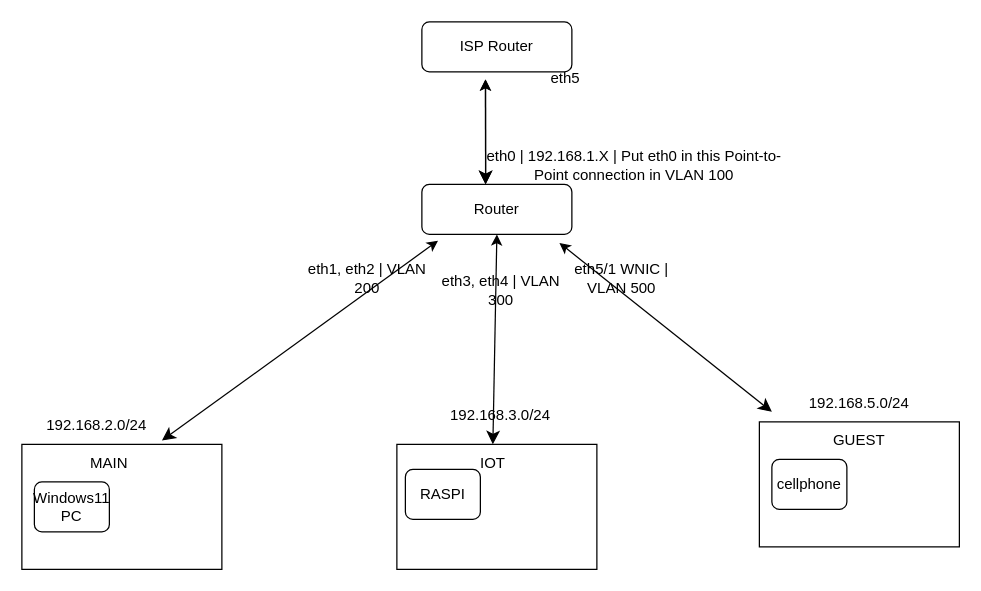
akademsubotnik/network-config keeps this draw.io diagram as network-config.drawio. Above is the earlier version. Source tidied: cells renumbered, new cells numbered last; positions are measured from the earlier drawing's top-left corner, leaving out a move shared by most shapes. Both pictures are drawn from the tidied source at 125%, with x=0, y=0 at pixel (21, 21).
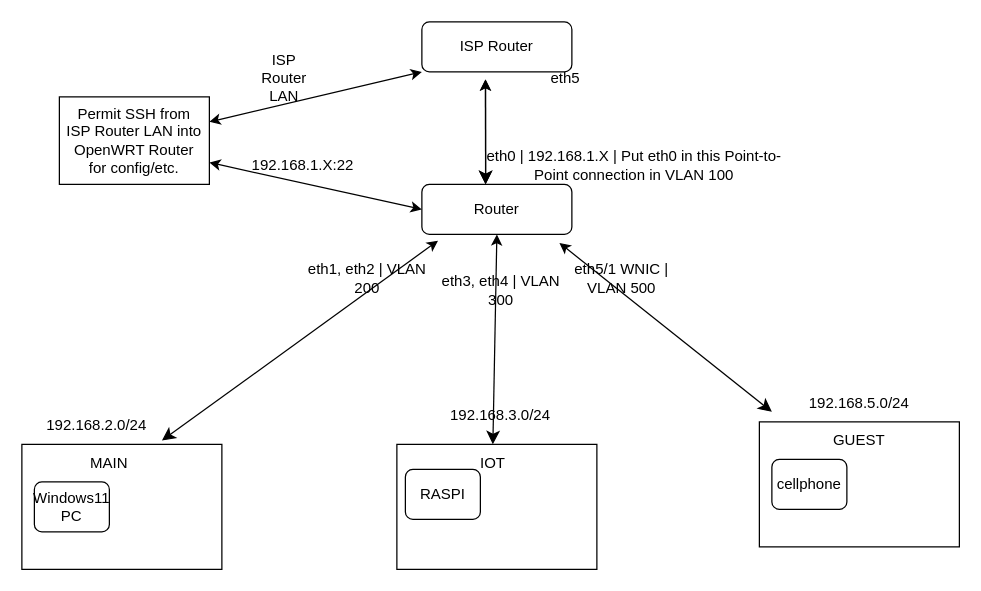
The same diagram, later.

Unchanged cells that the change refers to:
```xml
<mxCell id="4" value="ISP Router" style="rounded=1;whiteSpace=wrap;html=1;fontSize=12;glass=0;strokeWidth=1;shadow=0;" parent="1" vertex="1">
  <mxGeometry x="320" width="120" height="40" as="geometry" />
</mxCell>
<mxCell id="5" value="Router" style="rounded=1;whiteSpace=wrap;html=1;fontSize=12;glass=0;strokeWidth=1;shadow=0;" parent="1" vertex="1">
  <mxGeometry x="320" y="130" width="120" height="40" as="geometry" />
</mxCell>
```

What changed in the source:
```diff
@@
+    <mxCell id="26" style="rounded=0;whiteSpace=wrap;html=1;" parent="1" vertex="1">
+      <mxGeometry x="30" y="60" width="120" height="70" as="geometry" />
+    </mxCell>
+    <mxCell id="27" style="endArrow=classic;startArrow=classic;html=1;rounded=0;entryX=0;entryY=1;entryDx=0;entryDy=0;" parent="1" edge="1" target="4">
+      <mxGeometry relative="1" as="geometry">
+        <mxPoint x="150" y="80" as="sourcePoint" />
+      </mxGeometry>
+    </mxCell>
+    <mxCell id="28" value="ISP Router LAN" style="text;html=1;align=center;verticalAlign=middle;whiteSpace=wrap;rounded=0;" parent="1" vertex="1">
+      <mxGeometry x="180" y="30" width="60" height="30" as="geometry" />
+    </mxCell>
+    <mxCell id="29" style="endArrow=classic;startArrow=classic;html=1;rounded=0;entryX=0;entryY=0.5;entryDx=0;entryDy=0;exitX=1;exitY=0.75;exitDx=0;exitDy=0;" parent="1" edge="1" source="26" target="5">
+      <mxGeometry relative="1" as="geometry" />
+    </mxCell>
+    <mxCell id="30" value="192.168.1.X:22" style="text;html=1;align=center;verticalAlign=middle;whiteSpace=wrap;rounded=0;" parent="1" vertex="1">
+      <mxGeometry x="180" y="100" width="90" height="30" as="geometry" />
+    </mxCell>
+    <mxCell id="31" value="Permit SSH from ISP Router LAN into OpenWRT Router for config/etc. " style="text;html=1;align=center;verticalAlign=middle;whiteSpace=wrap;rounded=0;" parent="1" vertex="1">
+      <mxGeometry x="35" y="80" width="110" height="30" as="geometry" />
+    </mxCell>
```
